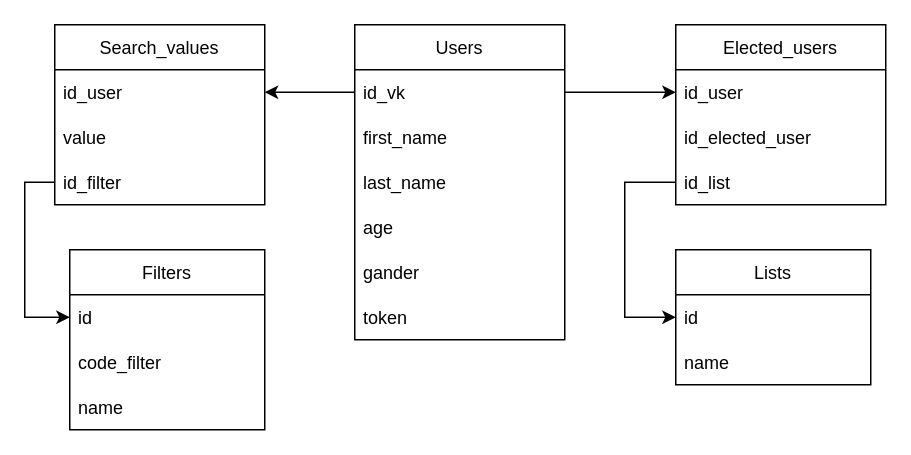
Above: prodject/db_v3.drawio in Tryd0g0lik/vkinder_netologe_group5 (draw.io), before the change. Source tidied: cells renumbered, new cells numbered last; positions are measured from the earlier drawing's top-left corner, leaving out a move shared by most shapes. Both pictures are drawn from the tidied source at 150%, with x=0, y=0 at pixel (54, 24).
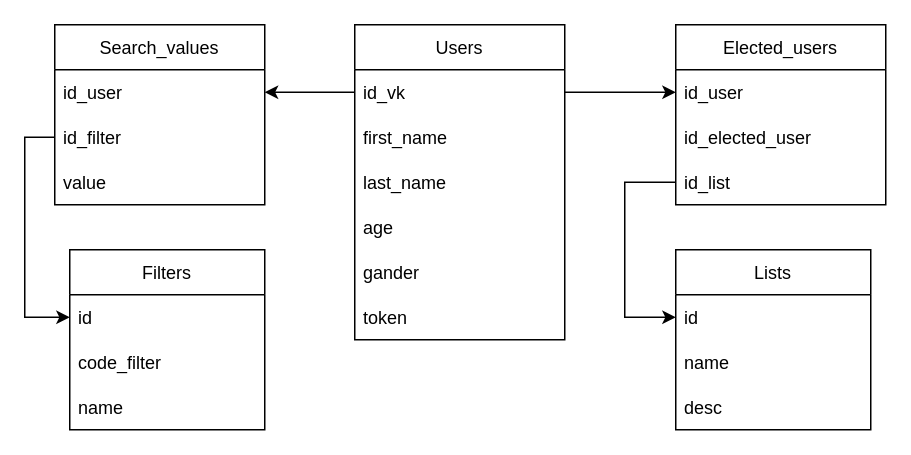
The same page after the edit.

Unchanged cells that the change refers to:
```xml
<mxCell id="22" value="Search_values" style="swimlane;fontStyle=0;horizontal=1;startSize=30;" parent="1" vertex="1">
  <mxGeometry width="140" height="120" as="geometry" />
</mxCell>
```

Change to the diagram source:
```diff
@@
     <mxCell id="14" value="Lists" style="swimlane;fontStyle=0;horizontal=1;startSize=30;" parent="1" vertex="1">
-      <mxGeometry x="414" y="150" width="130" height="90" as="geometry" />
+      <mxGeometry x="414" y="150" width="130" height="120" as="geometry" />
     </mxCell>
@@
+    <mxCell id="28" value="desc" style="text;strokeColor=none;fillColor=none;align=left;verticalAlign=middle;spacingLeft=4;spacingRight=4;overflow=hidden;" parent="14" vertex="1">
+      <mxGeometry y="90" width="130" height="30" as="geometry" />
+    </mxCell>
@@
+    <mxCell id="25" value="id_filter" style="text;strokeColor=none;fillColor=none;align=left;verticalAlign=middle;spacingLeft=4;spacingRight=4;overflow=hidden;points=[[0,0.5],[1,0.5]];portConstraint=eastwest;" parent="22" vertex="1">
+      <mxGeometry y="60" width="140" height="30" as="geometry" />
+    </mxCell>
     <mxCell id="24" value="value" style="text;strokeColor=none;fillColor=none;align=left;verticalAlign=middle;spacingLeft=4;spacingRight=4;overflow=hidden;" parent="22" vertex="1">
-      <mxGeometry y="60" width="140" height="30" as="geometry" />
+      <mxGeometry y="90" width="140" height="30" as="geometry" />
     </mxCell>
-    <mxCell id="25" value="id_filter" style="text;strokeColor=none;fillColor=none;align=left;verticalAlign=middle;spacingLeft=4;spacingRight=4;overflow=hidden;points=[[0,0.5],[1,0.5]];portConstraint=eastwest;" parent="22" vertex="1">
-      <mxGeometry y="90" width="140" height="30" as="geometry" />
-    </mxCell>
```
